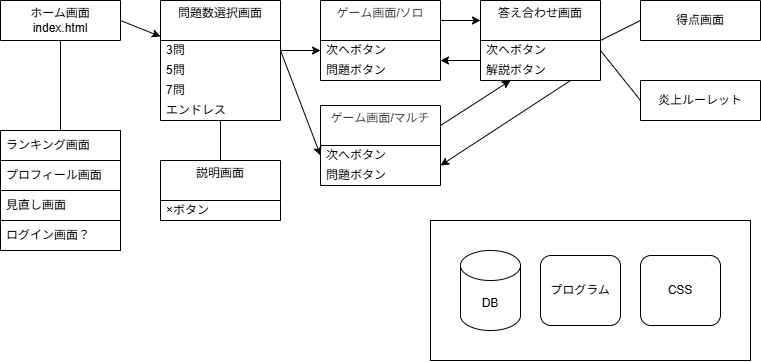
Mii226-bit/FakeNewsGame keeps this draw.io diagram as diagram.drawio.png. Above is the earlier version. Source tidied: cells renumbered, new cells last; positions are measured from the earlier drawing's top-left corner, leaving out a move shared by most shapes.
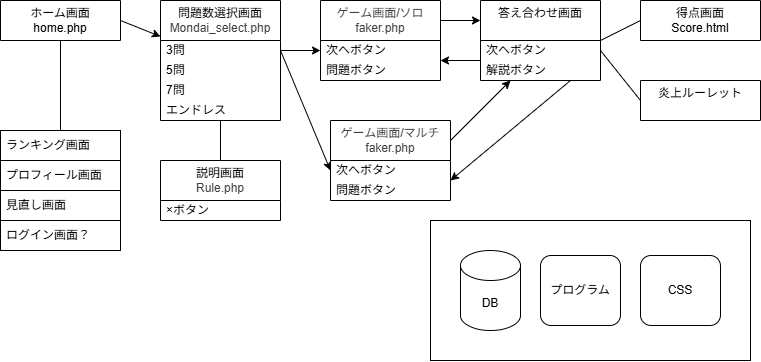
The same file after the commit.

Commit message:
画面遷移いじったよ

Change to the diagram source:
```diff
@@ -5,10 +5,10 @@
     <mxCell id="2" style="edgeStyle=none;html=1;exitX=1;exitY=0.5;exitDx=0;exitDy=0;fontFamily=Helvetica;fontSize=12;fontColor=default;" parent="1" edge="1" source="3" target="4">
       <mxGeometry relative="1" as="geometry" />
     </mxCell>
-    <mxCell id="3" value="ホーム画面&lt;div&gt;index.html&lt;/div&gt;" style="swimlane;fontStyle=0;horizontal=1;startSize=40;whiteSpace=wrap;html=1;" parent="1" vertex="1" collapsed="1">
+    <mxCell id="3" value="ホーム画面&lt;div&gt;home.php&lt;/div&gt;" style="swimlane;fontStyle=0;horizontal=1;startSize=40;whiteSpace=wrap;html=1;" parent="1" vertex="1" collapsed="1">
       <mxGeometry width="120" height="40" as="geometry" />
     </mxCell>
-    <mxCell id="4" value="問題数選択画面&lt;div style=&quot;color: rgb(63, 63, 63); scrollbar-color: rgb(226, 226, 226) rgb(251, 251, 251);&quot;&gt;&lt;br style=&quot;color: rgb(63, 63, 63); scrollbar-color: rgb(226, 226, 226) rgb(251, 251, 251);&quot;&gt;&lt;/div&gt;" style="swimlane;fontStyle=0;horizontal=1;startSize=40;whiteSpace=wrap;html=1;" parent="1" vertex="1">
+    <mxCell id="4" value="問題数選択画面&lt;div style=&quot;color: rgb(63, 63, 63); scrollbar-color: rgb(226, 226, 226) rgb(251, 251, 251);&quot;&gt;Mondai_select.php&lt;/div&gt;" style="swimlane;fontStyle=0;horizontal=1;startSize=40;whiteSpace=wrap;html=1;" parent="1" vertex="1">
       <mxGeometry x="160" width="120" height="120" as="geometry" />
     </mxCell>
     <mxCell id="5" value="3問" style="text;strokeColor=none;fillColor=none;align=left;verticalAlign=middle;spacingLeft=4;spacingRight=4;overflow=hidden;points=[[0,0.5],[1,0.5]];portConstraint=eastwest;whiteSpace=wrap;html=1;" parent="4" vertex="1">
@@ -23,7 +23,7 @@
     <mxCell id="8" value="エンドレス" style="text;strokeColor=none;fillColor=none;align=left;verticalAlign=middle;spacingLeft=4;spacingRight=4;overflow=hidden;whiteSpace=wrap;html=1;" parent="4" vertex="1">
       <mxGeometry y="100" width="120" height="20" as="geometry" />
     </mxCell>
-    <mxCell id="9" value="説明画面&lt;div style=&quot;color: rgb(63, 63, 63); scrollbar-color: rgb(226, 226, 226) rgb(251, 251, 251);&quot;&gt;&lt;br style=&quot;color: rgb(63, 63, 63); scrollbar-color: rgb(226, 226, 226) rgb(251, 251, 251);&quot;&gt;&lt;/div&gt;" style="swimlane;fontStyle=0;horizontal=1;startSize=40;whiteSpace=wrap;html=1;" parent="1" vertex="1">
+    <mxCell id="9" value="説明画面&lt;div style=&quot;color: rgb(63, 63, 63); scrollbar-color: rgb(226, 226, 226) rgb(251, 251, 251);&quot;&gt;Rule.php&lt;/div&gt;" style="swimlane;fontStyle=0;horizontal=1;startSize=40;whiteSpace=wrap;html=1;" parent="1" vertex="1">
       <mxGeometry x="160" y="160" width="120" height="60" as="geometry" />
     </mxCell>
     <mxCell id="10" value="×ボタン" style="text;strokeColor=none;fillColor=none;align=left;verticalAlign=middle;spacingLeft=4;spacingRight=4;overflow=hidden;whiteSpace=wrap;html=1;" parent="9" vertex="1">
@@ -41,7 +41,7 @@
     <mxCell id="14" value="解説ボタン" style="text;strokeColor=none;fillColor=none;align=left;verticalAlign=middle;spacingLeft=4;spacingRight=4;overflow=hidden;whiteSpace=wrap;html=1;" parent="12" vertex="1">
       <mxGeometry y="60" width="120" height="20" as="geometry" />
     </mxCell>
-    <mxCell id="15" value="&lt;div style=&quot;color: rgb(63, 63, 63); scrollbar-color: rgb(226, 226, 226) rgb(251, 251, 251);&quot;&gt;ゲーム画面/ソロ&lt;div style=&quot;color: rgb(63, 63, 63); scrollbar-color: rgb(226, 226, 226) rgb(251, 251, 251);&quot;&gt;&lt;br style=&quot;color: rgb(63, 63, 63); scrollbar-color: rgb(226, 226, 226) rgb(251, 251, 251);&quot;&gt;&lt;/div&gt;&lt;/div&gt;" style="swimlane;fontStyle=0;horizontal=1;startSize=40;whiteSpace=wrap;html=1;" parent="1" vertex="1">
+    <mxCell id="15" value="&lt;div style=&quot;color: rgb(63, 63, 63); scrollbar-color: rgb(226, 226, 226) rgb(251, 251, 251);&quot;&gt;ゲーム画面/ソロ&lt;div style=&quot;color: rgb(63, 63, 63); scrollbar-color: rgb(226, 226, 226) rgb(251, 251, 251);&quot;&gt;faker.php&lt;/div&gt;&lt;/div&gt;" style="swimlane;fontStyle=0;horizontal=1;startSize=40;whiteSpace=wrap;html=1;" parent="1" vertex="1">
       <mxGeometry x="320" width="120" height="80" as="geometry" />
     </mxCell>
     <mxCell id="16" value="次へボタン" style="text;strokeColor=none;fillColor=none;align=left;verticalAlign=middle;spacingLeft=4;spacingRight=4;overflow=hidden;points=[[0,0.5],[1,0.5]];portConstraint=eastwest;whiteSpace=wrap;html=1;" parent="15" vertex="1">
@@ -62,10 +62,10 @@
     <mxCell id="21" style="endArrow=none;html=1;fontFamily=Helvetica;fontSize=12;fontColor=default;entryX=0.5;entryY=1;entryDx=0;entryDy=0;exitX=0.5;exitY=0;exitDx=0;exitDy=0;" parent="1" edge="1" source="9" target="4">
       <mxGeometry relative="1" as="geometry" />
     </mxCell>
-    <mxCell id="22" value="&lt;span style=&quot;color: rgb(0, 0, 0);&quot;&gt;炎上ルーレット&lt;/span&gt;" style="swimlane;fontStyle=0;horizontal=1;startSize=40;whiteSpace=wrap;html=1;direction=east;" parent="1" vertex="1">
+    <mxCell id="22" value="&lt;span style=&quot;color: rgb(0, 0, 0);&quot;&gt;炎上ルーレット&lt;/span&gt;&lt;div&gt;&lt;br&gt;&lt;/div&gt;" style="swimlane;fontStyle=0;horizontal=1;startSize=40;whiteSpace=wrap;html=1;direction=east;" parent="1" vertex="1">
       <mxGeometry x="640" y="80" width="120" height="40" as="geometry" />
     </mxCell>
-    <mxCell id="23" value="得点画面" style="swimlane;fontStyle=0;horizontal=1;startSize=40;whiteSpace=wrap;html=1;" parent="1" vertex="1" collapsed="1">
+    <mxCell id="23" value="得点画面&lt;div&gt;Score.html&lt;/div&gt;" style="swimlane;fontStyle=0;horizontal=1;startSize=40;whiteSpace=wrap;html=1;" parent="1" vertex="1" collapsed="1">
       <mxGeometry x="640" width="120" height="40" as="geometry" />
     </mxCell>
     <mxCell id="24" style="endArrow=none;html=1;fontFamily=Helvetica;fontSize=12;fontColor=default;entryX=0;entryY=0.5;entryDx=0;entryDy=0;exitX=1;exitY=0.5;exitDx=0;exitDy=0;" parent="1" edge="1" source="12" target="23">
@@ -101,8 +101,8 @@
     <mxCell id="34" style="edgeStyle=none;html=1;exitX=1;exitY=0.25;exitDx=0;exitDy=0;entryX=0.25;entryY=1;entryDx=0;entryDy=0;fontFamily=Helvetica;fontSize=12;fontColor=default;" parent="1" edge="1" source="35" target="12">
       <mxGeometry relative="1" as="geometry" />
     </mxCell>
-    <mxCell id="35" value="&lt;div style=&quot;color: rgb(63, 63, 63); scrollbar-color: rgb(226, 226, 226) rgb(251, 251, 251);&quot;&gt;ゲーム画面/マルチ&lt;div style=&quot;color: rgb(63, 63, 63); scrollbar-color: rgb(226, 226, 226) rgb(251, 251, 251);&quot;&gt;&lt;br style=&quot;color: rgb(63, 63, 63); scrollbar-color: rgb(226, 226, 226) rgb(251, 251, 251);&quot;&gt;&lt;/div&gt;&lt;/div&gt;" style="swimlane;fontStyle=0;horizontal=1;startSize=40;whiteSpace=wrap;html=1;" parent="1" vertex="1">
-      <mxGeometry x="320" y="105" width="120" height="80" as="geometry" />
+    <mxCell id="35" value="&lt;div style=&quot;color: rgb(63, 63, 63); scrollbar-color: rgb(226, 226, 226) rgb(251, 251, 251);&quot;&gt;ゲーム画面/マルチ&lt;div style=&quot;color: rgb(63, 63, 63); scrollbar-color: rgb(226, 226, 226) rgb(251, 251, 251);&quot;&gt;faker.php&lt;/div&gt;&lt;/div&gt;" style="swimlane;fontStyle=0;horizontal=1;startSize=40;whiteSpace=wrap;html=1;" parent="1" vertex="1">
+      <mxGeometry x="330" y="120" width="120" height="80" as="geometry" />
     </mxCell>
     <mxCell id="36" value="次へボタン" style="text;strokeColor=none;fillColor=none;align=left;verticalAlign=middle;spacingLeft=4;spacingRight=4;overflow=hidden;points=[[0,0.5],[1,0.5]];portConstraint=eastwest;whiteSpace=wrap;html=1;" parent="35" vertex="1">
       <mxGeometry y="40" width="120" height="20" as="geometry" />
```
